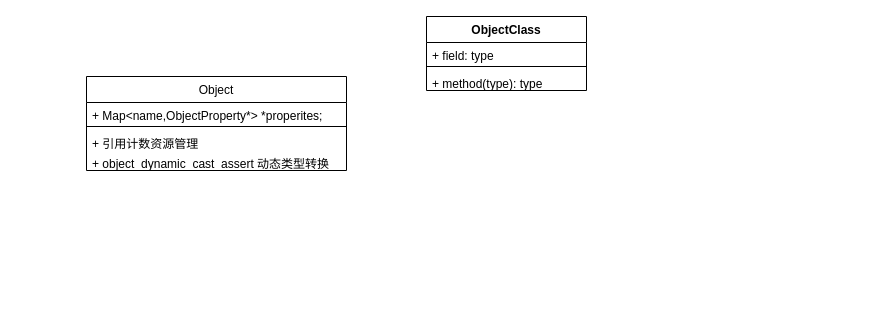
The draw.io diagram QOM-BigArch.drawio in youtubezou/A-thinking-in-linux, before the edit. Source tidied: cells renumbered, new cells numbered last; positions are measured from the earlier drawing's top-left corner, leaving out a move shared by most shapes. Both pictures are drawn from the tidied source at 100%, with x=0, y=0 at pixel (86, 16).
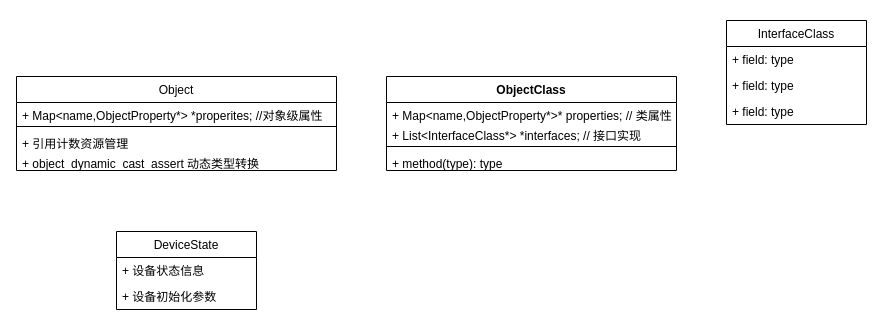
Above is the later version.

What changed in the source:
```diff
@@
 <mxGraphModel>
   <root>
     <mxCell id="0" />
     <mxCell id="1" parent="0" />
     <mxCell id="2" value="Object" style="swimlane;fontStyle=0;horizontal=1;startSize=26;fillColor=none;" parent="1" vertex="1">
-      <mxGeometry y="60" width="260" height="94" as="geometry" />
+      <mxGeometry x="-70" y="60" width="320" height="94" as="geometry" />
     </mxCell>
-    <mxCell id="3" value="+ Map&lt;name,ObjectProperty*&gt; *properites;" style="text;strokeColor=none;fillColor=none;align=left;verticalAlign=top;spacingLeft=4;spacingRight=4;overflow=hidden;" parent="2" vertex="1">
-      <mxGeometry y="26" width="260" height="20" as="geometry" />
+    <mxCell id="3" value="+ Map&lt;name,ObjectProperty*&gt; *properites; //对象级属性" style="text;strokeColor=none;fillColor=none;align=left;verticalAlign=top;spacingLeft=4;spacingRight=4;overflow=hidden;" parent="2" vertex="1">
+      <mxGeometry y="26" width="320" height="20" as="geometry" />
     </mxCell>
     <mxCell id="4" style="line;strokeWidth=1;fillColor=none;align=left;verticalAlign=middle;spacingTop=-1;spacingLeft=3;spacingRight=3;labelPosition=right;" parent="2" vertex="1">
-      <mxGeometry y="46" width="260" height="8" as="geometry" />
+      <mxGeometry y="46" width="320" height="8" as="geometry" />
     </mxCell>
     <mxCell id="5" value="+ 引用计数资源管理" style="text;strokeColor=none;fillColor=none;align=left;verticalAlign=top;spacingLeft=4;spacingRight=4;overflow=hidden;" parent="2" vertex="1">
-      <mxGeometry y="54" width="260" height="20" as="geometry" />
+      <mxGeometry y="54" width="320" height="20" as="geometry" />
     </mxCell>
     <mxCell id="6" value="+ object_dynamic_cast_assert 动态类型转换" style="text;strokeColor=none;fillColor=none;align=left;verticalAlign=top;spacingLeft=4;spacingRight=4;overflow=hidden;" parent="2" vertex="1">
-      <mxGeometry y="74" width="260" height="20" as="geometry" />
+      <mxGeometry y="74" width="320" height="20" as="geometry" />
     </mxCell>
     <mxCell id="7" value="ObjectClass" style="swimlane;fontStyle=1;align=center;verticalAlign=top;horizontal=1;startSize=26;" parent="1" vertex="1">
-      <mxGeometry x="340" width="160" height="74" as="geometry" />
+      <mxGeometry x="300" y="60" width="290" height="94" as="geometry" />
     </mxCell>
-    <mxCell id="8" value="+ field: type" style="text;strokeColor=none;fillColor=none;align=left;verticalAlign=top;spacingLeft=4;spacingRight=4;overflow=hidden;" parent="7" vertex="1">
-      <mxGeometry y="26" width="160" height="20" as="geometry" />
+    <mxCell id="8" value="+ Map&lt;name,ObjectProperty*&gt;* properties; // 类属性" style="text;strokeColor=none;fillColor=none;align=left;verticalAlign=top;spacingLeft=4;spacingRight=4;overflow=hidden;" parent="7" vertex="1">
+      <mxGeometry y="26" width="290" height="20" as="geometry" />
     </mxCell>
+    <mxCell id="11" value="+ List&lt;InterfaceClass*&gt; *interfaces; // 接口实现" style="text;strokeColor=none;fillColor=none;align=left;verticalAlign=top;spacingLeft=4;spacingRight=4;overflow=hidden;" parent="7" vertex="1">
+      <mxGeometry y="46" width="290" height="20" as="geometry" />
+    </mxCell>
     <mxCell id="9" style="line;strokeWidth=1;fillColor=none;align=left;verticalAlign=middle;spacingTop=-1;spacingLeft=3;spacingRight=3;labelPosition=right;" parent="7" vertex="1">
-      <mxGeometry y="46" width="160" height="8" as="geometry" />
+      <mxGeometry y="66" width="290" height="8" as="geometry" />
     </mxCell>
     <mxCell id="10" value="+ method(type): type" style="text;strokeColor=none;fillColor=none;align=left;verticalAlign=top;spacingLeft=4;spacingRight=4;overflow=hidden;" parent="7" vertex="1">
-      <mxGeometry y="54" width="160" height="20" as="geometry" />
+      <mxGeometry y="74" width="290" height="20" as="geometry" />
     </mxCell>
+    <mxCell id="12" value="DeviceState" style="swimlane;fontStyle=0;horizontal=1;startSize=26;fillColor=none;" parent="1" vertex="1">
+      <mxGeometry x="30" y="215" width="140" height="78" as="geometry" />
+    </mxCell>
+    <mxCell id="13" value="+ 设备状态信息" style="text;strokeColor=none;fillColor=none;align=left;verticalAlign=top;spacingLeft=4;spacingRight=4;overflow=hidden;" parent="12" vertex="1">
+      <mxGeometry y="26" width="140" height="26" as="geometry" />
+    </mxCell>
+    <mxCell id="14" value="+ 设备初始化参数" style="text;strokeColor=none;fillColor=none;align=left;verticalAlign=top;spacingLeft=4;spacingRight=4;overflow=hidden;" parent="12" vertex="1">
+      <mxGeometry y="52" width="140" height="26" as="geometry" />
+    </mxCell>
+    <mxCell id="15" value="InterfaceClass" style="swimlane;fontStyle=0;horizontal=1;startSize=26;fillColor=none;" parent="1" vertex="1">
+      <mxGeometry x="640" y="4" width="140" height="104" as="geometry" />
+    </mxCell>
+    <mxCell id="16" value="+ field: type" style="text;strokeColor=none;fillColor=none;align=left;verticalAlign=top;spacingLeft=4;spacingRight=4;overflow=hidden;" parent="15" vertex="1">
+      <mxGeometry y="26" width="140" height="26" as="geometry" />
+    </mxCell>
+    <mxCell id="17" value="+ field: type" style="text;strokeColor=none;fillColor=none;align=left;verticalAlign=top;spacingLeft=4;spacingRight=4;overflow=hidden;" parent="15" vertex="1">
+      <mxGeometry y="52" width="140" height="26" as="geometry" />
+    </mxCell>
+    <mxCell id="18" value="+ field: type" style="text;strokeColor=none;fillColor=none;align=left;verticalAlign=top;spacingLeft=4;spacingRight=4;overflow=hidden;" parent="15" vertex="1">
+      <mxGeometry y="78" width="140" height="26" as="geometry" />
+    </mxCell>
   </root>
 </mxGraphModel>
```
